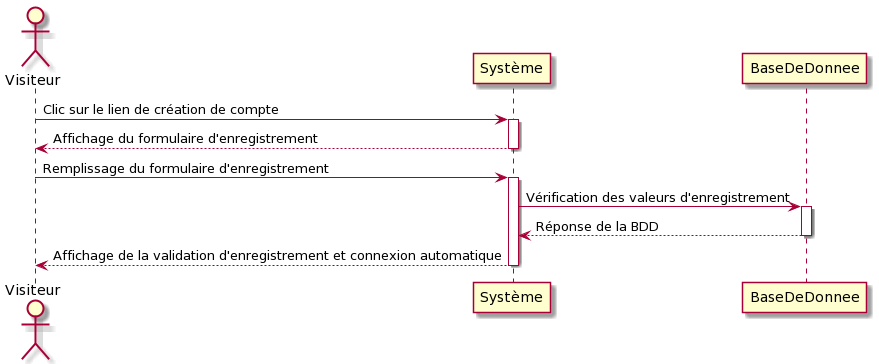
Before: UML/diagramme_sequence_inscription.png, a diagram exported from PlantUML (Maxime22/portfolio-php).
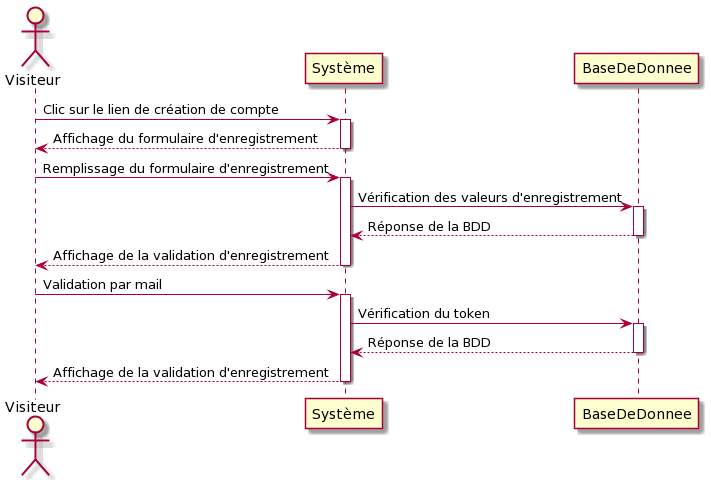
The same file after the commit.

What changed in the source:
```diff
@@ -10,6 +10,14 @@
 activate BaseDeDonnee
 BaseDeDonnee --> Système: Réponse de la BDD
 deactivate BaseDeDonnee
-Système --> Visiteur: Affichage de la validation d'enregistrement et connexion automatique
+Système --> Visiteur: Affichage de la validation d'enregistrement
+deactivate Système
+Visiteur -> Système: Validation par mail
+activate Système
+Système -> BaseDeDonnee: Vérification du token
+activate BaseDeDonnee
+BaseDeDonnee --> Système: Réponse de la BDD
+deactivate BaseDeDonnee
+Système --> Visiteur: Affichage de la validation d'enregistrement
 deactivate Système
 @enduml
```
